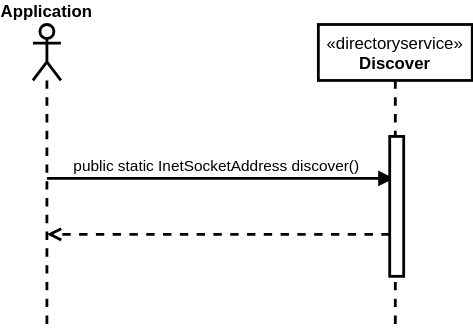
Before: docs/middleware/diagrams/UC01DiscoverDirectoryServerSequenceDiagramLevel1.drawio.svg, a diagram exported from draw.io (HaniAlshikh/tron). Source tidied: cells renumbered, new cells last; positions are measured from the earlier drawing's top-left corner, leaving out a move shared by most shapes. Source of this version:
```xml
<mxGraphModel background="#ffffff">
  <root>
    <mxCell id="0" />
    <mxCell id="1" parent="0" />
    <mxCell id="2" value="&lt;span&gt;«directoryservice»&lt;br&gt;&lt;b&gt;Discover&lt;/b&gt;&lt;br&gt;&lt;/span&gt;" style="shape=umlLifeline;perimeter=lifelinePerimeter;whiteSpace=wrap;html=1;outlineConnect=0;strokeWidth=2;verticalAlign=top;" parent="1" vertex="1">
      <mxGeometry x="204" width="110" height="220" as="geometry" />
    </mxCell>
    <mxCell id="3" style="edgeStyle=none;shape=connector;rounded=1;html=1;labelBackgroundColor=default;fontFamily=Helvetica;fontSize=11;fontColor=default;endArrow=block;strokeColor=default;strokeWidth=2;" parent="1" edge="1" source="5" target="2">
      <mxGeometry relative="1" as="geometry" />
    </mxCell>
    <mxCell id="4" value="public static InetSocketAddress discover()" style="edgeLabel;html=1;align=center;verticalAlign=middle;fontSize=11;fontFamily=Helvetica;fontColor=default;" parent="3" vertex="1">
      <mxGeometry x="0.14" y="3" relative="1" as="geometry">
        <mxPoint x="-21" y="-7" as="offset" />
      </mxGeometry>
    </mxCell>
    <mxCell id="5" value="&lt;b&gt;Application&lt;/b&gt;" style="shape=umlLifeline;participant=umlActor;perimeter=lifelinePerimeter;whiteSpace=wrap;html=1;verticalAlign=bottom;spacingTop=36;outlineConnect=0;strokeWidth=2;labelPosition=center;verticalLabelPosition=top;align=center;" parent="1" vertex="1">
      <mxGeometry width="20" height="220" as="geometry" />
    </mxCell>
    <mxCell id="6" style="edgeStyle=none;shape=connector;rounded=1;html=1;labelBackgroundColor=default;fontFamily=Helvetica;fontSize=11;fontColor=default;endArrow=open;strokeColor=default;strokeWidth=2;dashed=1;endFill=0;" parent="1" edge="1">
      <mxGeometry relative="1" as="geometry">
        <mxPoint x="255" y="150" as="sourcePoint" />
        <mxPoint x="10" y="150" as="targetPoint" />
        <Array as="points">
          <mxPoint x="160" y="150" />
        </Array>
      </mxGeometry>
    </mxCell>
    <mxCell id="7" style="html=1;perimeter=orthogonalPerimeter;strokeWidth=2;verticalAlign=top;" parent="1" vertex="1">
      <mxGeometry x="255" y="80" width="10" height="100" as="geometry" />
    </mxCell>
  </root>
</mxGraphModel>
```
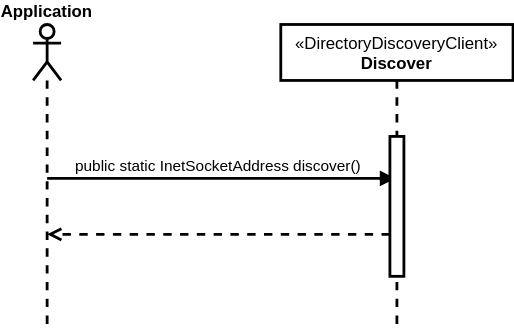
Above is the later version.

Commit message:
Docs: Runtime View Level diagrams interfaces

What changed in the source:
```diff
@@ -2,8 +2,8 @@
   <root>
     <mxCell id="0" />
     <mxCell id="1" parent="0" />
-    <mxCell id="2" value="&lt;span&gt;«directoryservice»&lt;br&gt;&lt;b&gt;Discover&lt;/b&gt;&lt;br&gt;&lt;/span&gt;" style="shape=umlLifeline;perimeter=lifelinePerimeter;whiteSpace=wrap;html=1;outlineConnect=0;strokeWidth=2;verticalAlign=top;" parent="1" vertex="1">
-      <mxGeometry x="204" width="110" height="220" as="geometry" />
+    <mxCell id="2" value="&lt;span&gt;«DirectoryDiscoveryClient»&lt;br&gt;&lt;b&gt;Discover&lt;/b&gt;&lt;br&gt;&lt;/span&gt;" style="shape=umlLifeline;perimeter=lifelinePerimeter;whiteSpace=wrap;html=1;outlineConnect=0;strokeWidth=2;verticalAlign=top;" parent="1" vertex="1">
+      <mxGeometry x="177" width="166" height="220" as="geometry" />
     </mxCell>
     <mxCell id="3" style="edgeStyle=none;shape=connector;rounded=1;html=1;labelBackgroundColor=default;fontFamily=Helvetica;fontSize=11;fontColor=default;endArrow=block;strokeColor=default;strokeWidth=2;" parent="1" edge="1" source="5" target="2">
       <mxGeometry relative="1" as="geometry" />
```
